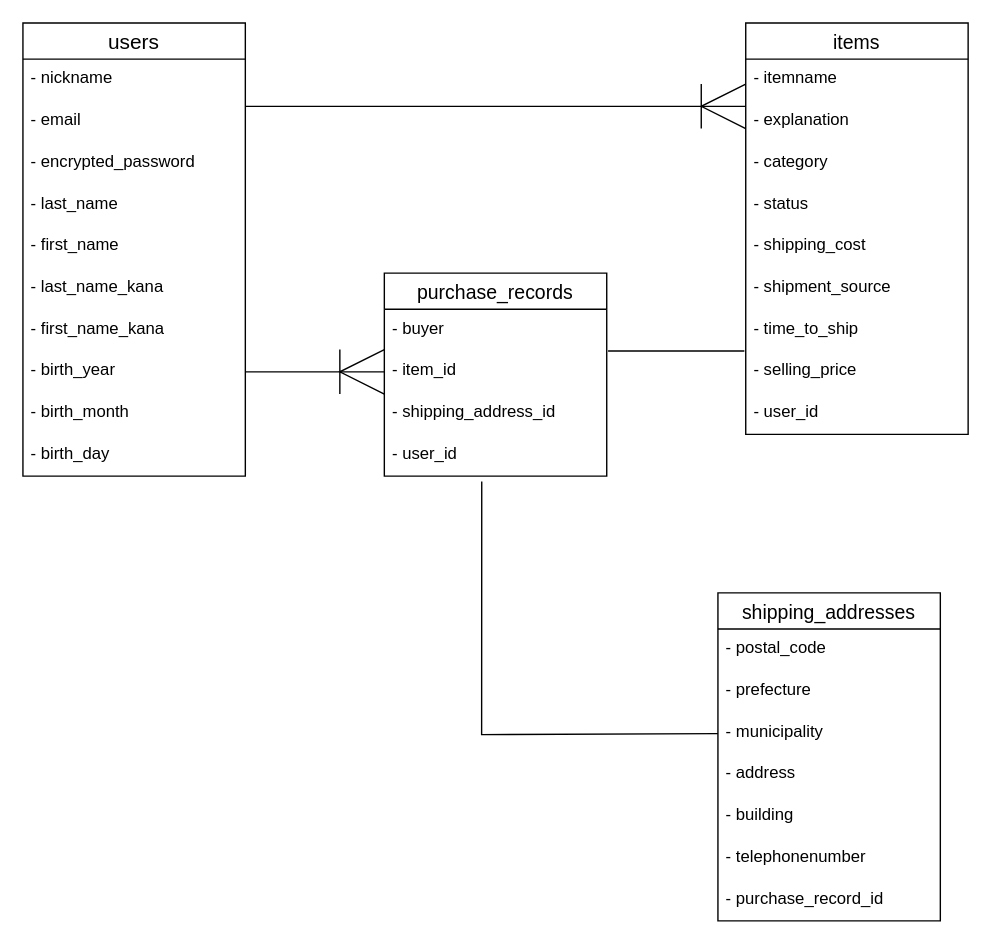
The draw.io diagram er.dio in mocmoc15/furima-36676, before the edit. Source tidied: cells renumbered, new cells numbered last; positions are measured from the earlier drawing's top-left corner, leaving out a move shared by most shapes. Both pictures are drawn from the tidied source at 139%, with x=0, y=0 at pixel (22, 22).
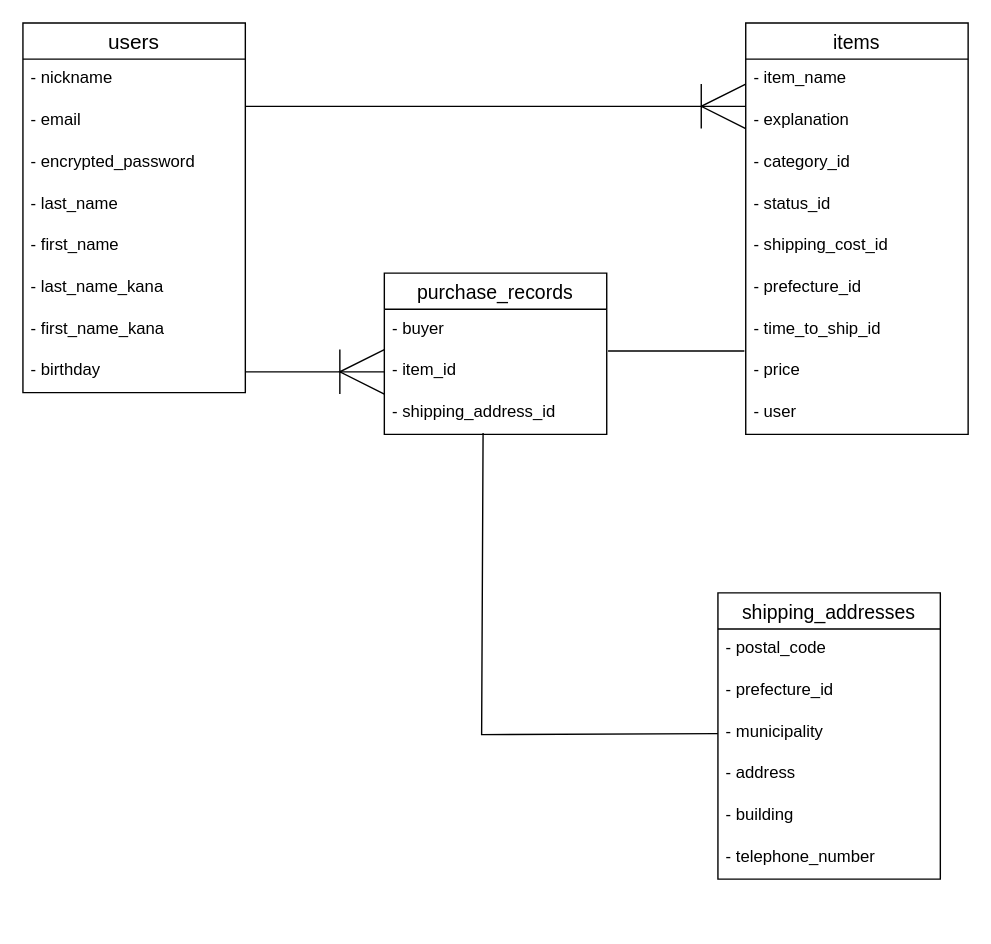
The same diagram, later.

Commit message (it also covers changes not shown here):
データベース設計（修正１回目）

The change refers to these unchanged cells:
```xml
<mxCell id="13" value="items" style="swimlane;fontStyle=0;horizontal=1;startSize=26;align=center;fontSize=14;" parent="1" vertex="1">
  <mxGeometry x="520" width="160" height="296" as="geometry" />
</mxCell>
<mxCell id="26" value="- municipality" style="text;strokeColor=none;fillColor=none;spacingLeft=4;spacingRight=4;overflow=hidden;points=[[0,0.5],[1,0.5]];portConstraint=eastwest;fontSize=12;" parent="23" vertex="1">
  <mxGeometry y="86" width="160" height="30" as="geometry" />
</mxCell>
<mxCell id="34" value="- shipping_address_id" style="text;strokeColor=none;fillColor=none;spacingLeft=4;spacingRight=4;overflow=hidden;points=[[0,0.5],[1,0.5]];portConstraint=eastwest;fontSize=12;" parent="31" vertex="1">
  <mxGeometry y="86" width="160" height="30" as="geometry" />
</mxCell>
```

The edit, as a diff of the source:
```diff
@@
     <mxCell id="2" value="users" style="swimlane;fontStyle=0;horizontal=1;startSize=26;align=center;fontSize=15;" parent="1" vertex="1">
-      <mxGeometry width="160" height="326" as="geometry" />
+      <mxGeometry width="160" height="266" as="geometry" />
     </mxCell>
@@
-    <mxCell id="10" value="- birth_year" style="text;strokeColor=none;fillColor=none;spacingLeft=4;spacingRight=4;overflow=hidden;points=[[0,0.5],[1,0.5]];portConstraint=eastwest;fontSize=12;" parent="2" vertex="1">
+    <mxCell id="10" value="- birthday" style="text;strokeColor=none;fillColor=none;spacingLeft=4;spacingRight=4;overflow=hidden;points=[[0,0.5],[1,0.5]];portConstraint=eastwest;fontSize=12;" parent="2" vertex="1">
       <mxGeometry y="236" width="160" height="30" as="geometry" />
     </mxCell>
-    <mxCell id="11" value="- birth_month" style="text;strokeColor=none;fillColor=none;spacingLeft=4;spacingRight=4;overflow=hidden;fontSize=12;" parent="2" vertex="1">
-      <mxGeometry y="266" width="160" height="30" as="geometry" />
-    </mxCell>
-    <mxCell id="12" value="- birth_day" style="text;strokeColor=none;fillColor=none;spacingLeft=4;spacingRight=4;overflow=hidden;fontSize=12;" parent="2" vertex="1">
-      <mxGeometry y="296" width="160" height="30" as="geometry" />
-    </mxCell>
@@
-    <mxCell id="14" value="- itemname" style="text;strokeColor=none;fillColor=none;spacingLeft=4;spacingRight=4;overflow=hidden;fontSize=12;" parent="13" vertex="1">
+    <mxCell id="14" value="- item_name" style="text;strokeColor=none;fillColor=none;spacingLeft=4;spacingRight=4;overflow=hidden;fontSize=12;" parent="13" vertex="1">
       <mxGeometry y="26" width="160" height="30" as="geometry" />
     </mxCell>
@@
-    <mxCell id="16" value="- category" style="text;strokeColor=none;fillColor=none;spacingLeft=4;spacingRight=4;overflow=hidden;fontSize=12;" parent="13" vertex="1">
+    <mxCell id="16" value="- category_id" style="text;strokeColor=none;fillColor=none;spacingLeft=4;spacingRight=4;overflow=hidden;fontSize=12;" parent="13" vertex="1">
       <mxGeometry y="86" width="160" height="30" as="geometry" />
     </mxCell>
-    <mxCell id="17" value="- status" style="text;strokeColor=none;fillColor=none;spacingLeft=4;spacingRight=4;overflow=hidden;fontSize=12;" parent="13" vertex="1">
+    <mxCell id="17" value="- status_id" style="text;strokeColor=none;fillColor=none;spacingLeft=4;spacingRight=4;overflow=hidden;fontSize=12;" parent="13" vertex="1">
       <mxGeometry y="116" width="160" height="30" as="geometry" />
     </mxCell>
-    <mxCell id="18" value="- shipping_cost" style="text;strokeColor=none;fillColor=none;spacingLeft=4;spacingRight=4;overflow=hidden;fontSize=12;" parent="13" vertex="1">
+    <mxCell id="18" value="- shipping_cost_id" style="text;strokeColor=none;fillColor=none;spacingLeft=4;spacingRight=4;overflow=hidden;fontSize=12;" parent="13" vertex="1">
       <mxGeometry y="146" width="160" height="30" as="geometry" />
     </mxCell>
-    <mxCell id="19" value="- shipment_source" style="text;strokeColor=none;fillColor=none;spacingLeft=4;spacingRight=4;overflow=hidden;fontSize=12;" parent="13" vertex="1">
+    <mxCell id="19" value="- prefecture_id" style="text;strokeColor=none;fillColor=none;spacingLeft=4;spacingRight=4;overflow=hidden;fontSize=12;" parent="13" vertex="1">
       <mxGeometry y="176" width="160" height="30" as="geometry" />
     </mxCell>
-    <mxCell id="20" value="- time_to_ship" style="text;strokeColor=none;fillColor=none;spacingLeft=4;spacingRight=4;overflow=hidden;fontSize=12;" parent="13" vertex="1">
+    <mxCell id="20" value="- time_to_ship_id" style="text;strokeColor=none;fillColor=none;spacingLeft=4;spacingRight=4;overflow=hidden;fontSize=12;" parent="13" vertex="1">
       <mxGeometry y="206" width="160" height="30" as="geometry" />
     </mxCell>
-    <mxCell id="21" value="- selling_price" style="text;strokeColor=none;fillColor=none;spacingLeft=4;spacingRight=4;overflow=hidden;fontSize=12;" parent="13" vertex="1">
+    <mxCell id="21" value="- price" style="text;strokeColor=none;fillColor=none;spacingLeft=4;spacingRight=4;overflow=hidden;fontSize=12;" parent="13" vertex="1">
       <mxGeometry y="236" width="160" height="30" as="geometry" />
     </mxCell>
-    <mxCell id="22" value="- user_id" style="text;strokeColor=none;fillColor=none;spacingLeft=4;spacingRight=4;overflow=hidden;fontSize=12;" parent="13" vertex="1">
+    <mxCell id="22" value="- user" style="text;strokeColor=none;fillColor=none;spacingLeft=4;spacingRight=4;overflow=hidden;fontSize=12;" parent="13" vertex="1">
       <mxGeometry y="266" width="160" height="30" as="geometry" />
     </mxCell>
     <mxCell id="23" value="shipping_addresses" style="swimlane;fontStyle=0;horizontal=1;startSize=26;align=center;fontSize=14;" parent="1" vertex="1">
-      <mxGeometry x="500" y="410" width="160" height="236" as="geometry" />
+      <mxGeometry x="500" y="410" width="160" height="206" as="geometry" />
     </mxCell>
@@
-    <mxCell id="25" value="- prefecture" style="text;strokeColor=none;fillColor=none;spacingLeft=4;spacingRight=4;overflow=hidden;fontSize=12;" parent="23" vertex="1">
+    <mxCell id="25" value="- prefecture_id" style="text;strokeColor=none;fillColor=none;spacingLeft=4;spacingRight=4;overflow=hidden;fontSize=12;" parent="23" vertex="1">
       <mxGeometry y="56" width="160" height="30" as="geometry" />
     </mxCell>
@@
-    <mxCell id="29" value="- telephonenumber" style="text;strokeColor=none;fillColor=none;spacingLeft=4;spacingRight=4;overflow=hidden;fontSize=12;" parent="23" vertex="1">
+    <mxCell id="29" value="- telephone_number" style="text;strokeColor=none;fillColor=none;spacingLeft=4;spacingRight=4;overflow=hidden;fontSize=12;" parent="23" vertex="1">
       <mxGeometry y="176" width="160" height="30" as="geometry" />
     </mxCell>
-    <mxCell id="30" value="- purchase_record_id" style="text;strokeColor=none;fillColor=none;spacingLeft=4;spacingRight=4;overflow=hidden;fontSize=12;" parent="23" vertex="1">
-      <mxGeometry y="206" width="160" height="30" as="geometry" />
-    </mxCell>
     <mxCell id="31" value="purchase_records" style="swimlane;fontStyle=0;horizontal=1;startSize=26;align=center;fontSize=14;" parent="1" vertex="1">
-      <mxGeometry x="260" y="180" width="160" height="146" as="geometry" />
+      <mxGeometry x="260" y="180" width="160" height="116" as="geometry" />
     </mxCell>
@@
-    <mxCell id="35" value="- user_id" style="text;strokeColor=none;fillColor=none;spacingLeft=4;spacingRight=4;overflow=hidden;points=[[0,0.5],[1,0.5]];portConstraint=eastwest;fontSize=12;" parent="31" vertex="1">
-      <mxGeometry y="116" width="160" height="30" as="geometry" />
-    </mxCell>
@@
-    <mxCell id="37" style="endArrow=none;html=1;rounded=0;endSize=30;strokeWidth=1;exitX=0.438;exitY=1.133;exitDx=0;exitDy=0;exitPerimeter=0;" parent="1" edge="1" source="35" target="26">
+    <mxCell id="37" style="endArrow=none;html=1;rounded=0;endSize=30;strokeWidth=1;exitX=0.444;exitY=0.967;exitDx=0;exitDy=0;exitPerimeter=0;" parent="1" edge="1" source="34" target="26">
       <mxGeometry relative="1" as="geometry">
         <Array as="points">
           <mxPoint x="330" y="512" />
         </Array>
       </mxGeometry>
     </mxCell>
```
